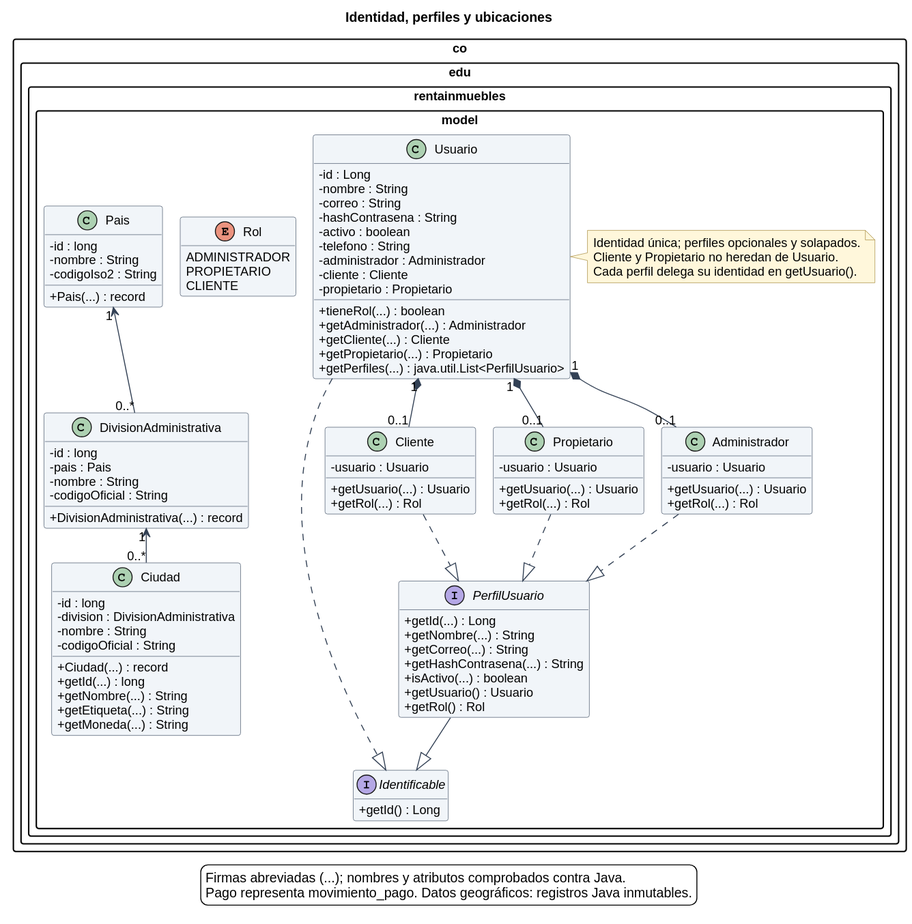
This is docs/diagramas/03_clases_modelo_usuarios.svg from Davidjp11p07/DayNest, a PlantUML export, as it was before one commit.
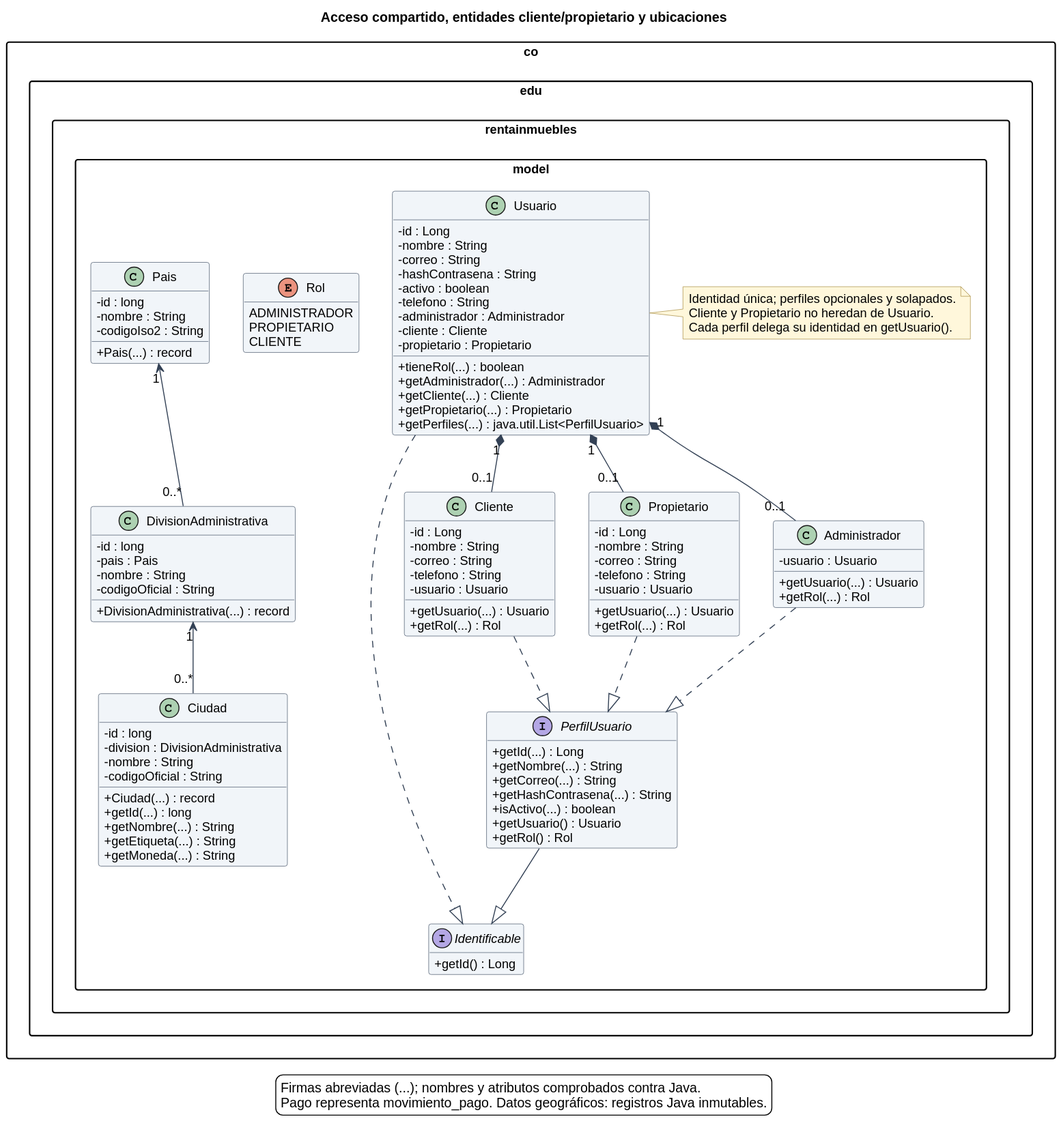
The same diagram one commit later.

The edit, as a diff of the source:
```diff
@@ -1,6 +1,7 @@
 @startuml
+skinparamlocked metana null
 !include estilo.iuml
-title Identidad, perfiles y ubicaciones
+title Acceso compartido, entidades cliente/propietario y ubicaciones
 hide empty members
 package "co.edu.rentainmuebles.model" {
 interface Identificable {
@@ -32,11 +33,19 @@
   +getPerfiles(...) : java.util.List<PerfilUsuario>
 }
 class Cliente {
+  -id : Long
+  -nombre : String
+  -correo : String
+  -telefono : String
   -usuario : Usuario
   +getUsuario(...) : Usuario
   +getRol(...) : Rol
 }
 class Propietario {
+  -id : Long
+  -nombre : String
+  -correo : String
+  -telefono : String
   -usuario : Usuario
   +getUsuario(...) : Usuario
   +getRol(...) : Rol
```
